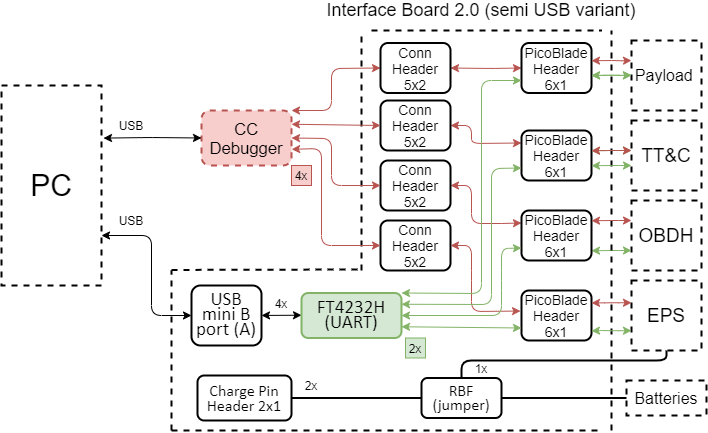
This is semi_usb_interface/Diagrams/interface-board-semi-USB.png from spacelab-ufsc/interface-board, a draw.io export, as it was before one commit. Source tidied: cells renumbered, new cells last; positions are measured from the earlier drawing's top-left corner, leaving out a move shared by most shapes.
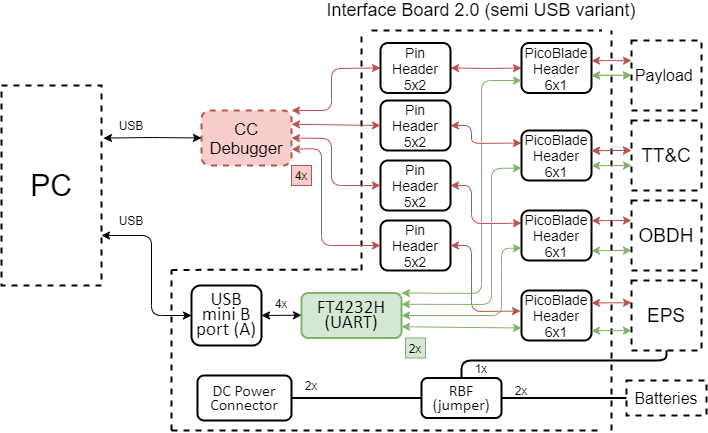
The same file after the commit.

Commit message:
Semi USB: Updating block diagram. Closes #1

What changed in the source:
```diff
@@ -8,7 +8,7 @@
     <mxCell id="3" value="&lt;span style=&quot;line-height: 107% ; font-family: &amp;#34;calibri&amp;#34; , sans-serif&quot;&gt;&lt;font style=&quot;font-size: 19px&quot;&gt;USB mini B&lt;br&gt;port (A)&lt;/font&gt;&lt;/span&gt;" style="rounded=1;whiteSpace=wrap;html=1;strokeWidth=2;fillColor=none;" parent="1" vertex="1">
       <mxGeometry x="190" y="285" width="70" height="60" as="geometry" />
     </mxCell>
-    <mxCell id="4" value="&lt;span style=&quot;line-height: 107% ; font-family: &amp;#34;calibri&amp;#34; , sans-serif&quot;&gt;&lt;font style=&quot;font-size: 19px&quot;&gt;&lt;span style=&quot;font-size: 16px&quot;&gt;Charge Pin&lt;/span&gt;&lt;br style=&quot;font-size: 16px&quot;&gt;&lt;span style=&quot;font-size: 16px&quot;&gt;Header 2x1&lt;/span&gt;&lt;br&gt;&lt;/font&gt;&lt;/span&gt;" style="rounded=1;whiteSpace=wrap;html=1;strokeWidth=2;fillColor=none;" parent="1" vertex="1">
+    <mxCell id="4" value="&lt;span style=&quot;line-height: 107% ; font-family: &amp;#34;calibri&amp;#34; , sans-serif&quot;&gt;&lt;font&gt;&lt;span style=&quot;font-size: 16px&quot;&gt;DC Power Connector&lt;/span&gt;&lt;br&gt;&lt;/font&gt;&lt;/span&gt;" style="rounded=1;whiteSpace=wrap;html=1;strokeWidth=2;fillColor=none;" parent="1" vertex="1">
       <mxGeometry x="196" y="375" width="94" height="45" as="geometry" />
     </mxCell>
     <mxCell id="5" value="&lt;font style=&quot;font-size: 30px&quot;&gt;PC&lt;/font&gt;" style="rounded=0;whiteSpace=wrap;html=1;fillColor=none;dashed=1;strokeWidth=2;" parent="1" vertex="1">
@@ -137,7 +137,7 @@
         </Array>
       </mxGeometry>
     </mxCell>
-    <mxCell id="29" value="&lt;span style=&quot;font-size: 14px&quot;&gt;Conn Header 5x2&lt;/span&gt;" style="rounded=1;whiteSpace=wrap;html=1;strokeWidth=2;fillColor=none;" parent="1" vertex="1">
+    <mxCell id="29" value="&lt;span style=&quot;font-size: 14px&quot;&gt;Pin Header 5x2&lt;/span&gt;" style="rounded=1;whiteSpace=wrap;html=1;strokeWidth=2;fillColor=none;" parent="1" vertex="1">
       <mxGeometry x="379" y="220" width="70" height="50" as="geometry" />
     </mxCell>
     <mxCell id="30" value="&lt;span style=&quot;line-height: 107% ; font-family: &amp;#34;calibri&amp;#34; , sans-serif&quot;&gt;&lt;font&gt;&lt;span style=&quot;font-size: 16px&quot;&gt;RBF&lt;br&gt;&lt;/span&gt;&lt;font style=&quot;font-size: 16px&quot;&gt;(jumper)&lt;/font&gt;&lt;br&gt;&lt;/font&gt;&lt;/span&gt;" style="rounded=1;whiteSpace=wrap;html=1;strokeWidth=2;" parent="1" vertex="1">
@@ -165,10 +165,10 @@
     <mxCell id="35" style="endArrow=none;html=1;exitX=1;exitY=0.5;exitDx=0;exitDy=0;entryX=0;entryY=0.5;entryDx=0;entryDy=0;strokeWidth=2;" parent="1" edge="1" source="30" target="31">
       <mxGeometry relative="1" as="geometry" />
     </mxCell>
-    <mxCell id="36" value="&lt;span style=&quot;font-size: 14px&quot;&gt;Conn Header 5x2&lt;/span&gt;" style="rounded=1;whiteSpace=wrap;html=1;strokeWidth=2;fillColor=none;" parent="1" vertex="1">
+    <mxCell id="36" value="&lt;span style=&quot;font-size: 14px&quot;&gt;Pin Header 5x2&lt;/span&gt;" style="rounded=1;whiteSpace=wrap;html=1;strokeWidth=2;fillColor=none;" parent="1" vertex="1">
       <mxGeometry x="379" y="160" width="70" height="50" as="geometry" />
     </mxCell>
-    <mxCell id="37" value="&lt;span style=&quot;font-size: 14px&quot;&gt;Conn Header 5x2&lt;/span&gt;" style="rounded=1;whiteSpace=wrap;html=1;strokeWidth=2;fillColor=none;" parent="1" vertex="1">
+    <mxCell id="37" value="&lt;span style=&quot;font-size: 14px&quot;&gt;Pin Header 5x2&lt;/span&gt;" style="rounded=1;whiteSpace=wrap;html=1;strokeWidth=2;fillColor=none;" parent="1" vertex="1">
       <mxGeometry x="379" y="100" width="70" height="50" as="geometry" />
     </mxCell>
     <mxCell id="38" style="endArrow=classic;startArrow=classic;html=1;entryX=0;entryY=0.5;entryDx=0;entryDy=0;fillColor=#f8cecc;strokeColor=#b85450;exitX=1;exitY=0;exitDx=0;exitDy=0;" parent="1" edge="1" source="10" target="39">
@@ -179,7 +179,7 @@
         </Array>
       </mxGeometry>
     </mxCell>
-    <mxCell id="39" value="&lt;span style=&quot;font-size: 14px&quot;&gt;Conn Header 5x2&lt;/span&gt;" style="rounded=1;whiteSpace=wrap;html=1;strokeWidth=2;fillColor=none;" parent="1" vertex="1">
+    <mxCell id="39" value="&lt;span style=&quot;font-size: 14px&quot;&gt;Pin Header 5x2&lt;/span&gt;" style="rounded=1;whiteSpace=wrap;html=1;strokeWidth=2;fillColor=none;" parent="1" vertex="1">
       <mxGeometry x="379" y="42.5" width="70" height="50" as="geometry" />
     </mxCell>
     <mxCell id="40" value="&lt;span style=&quot;font-size: 14px&quot;&gt;PicoBlade Header 6x1&lt;/span&gt;" style="rounded=1;whiteSpace=wrap;html=1;strokeWidth=2;fillColor=none;" parent="1" vertex="1">
@@ -340,5 +340,8 @@
         </Array>
       </mxGeometry>
     </mxCell>
+    <mxCell id="63" value="2x" style="text;html=1;strokeColor=none;fillColor=none;align=center;verticalAlign=middle;whiteSpace=wrap;rounded=0;" parent="1" vertex="1">
+      <mxGeometry x="500" y="380" width="40" height="20" as="geometry" />
+    </mxCell>
   </root>
 </mxGraphModel>
```
